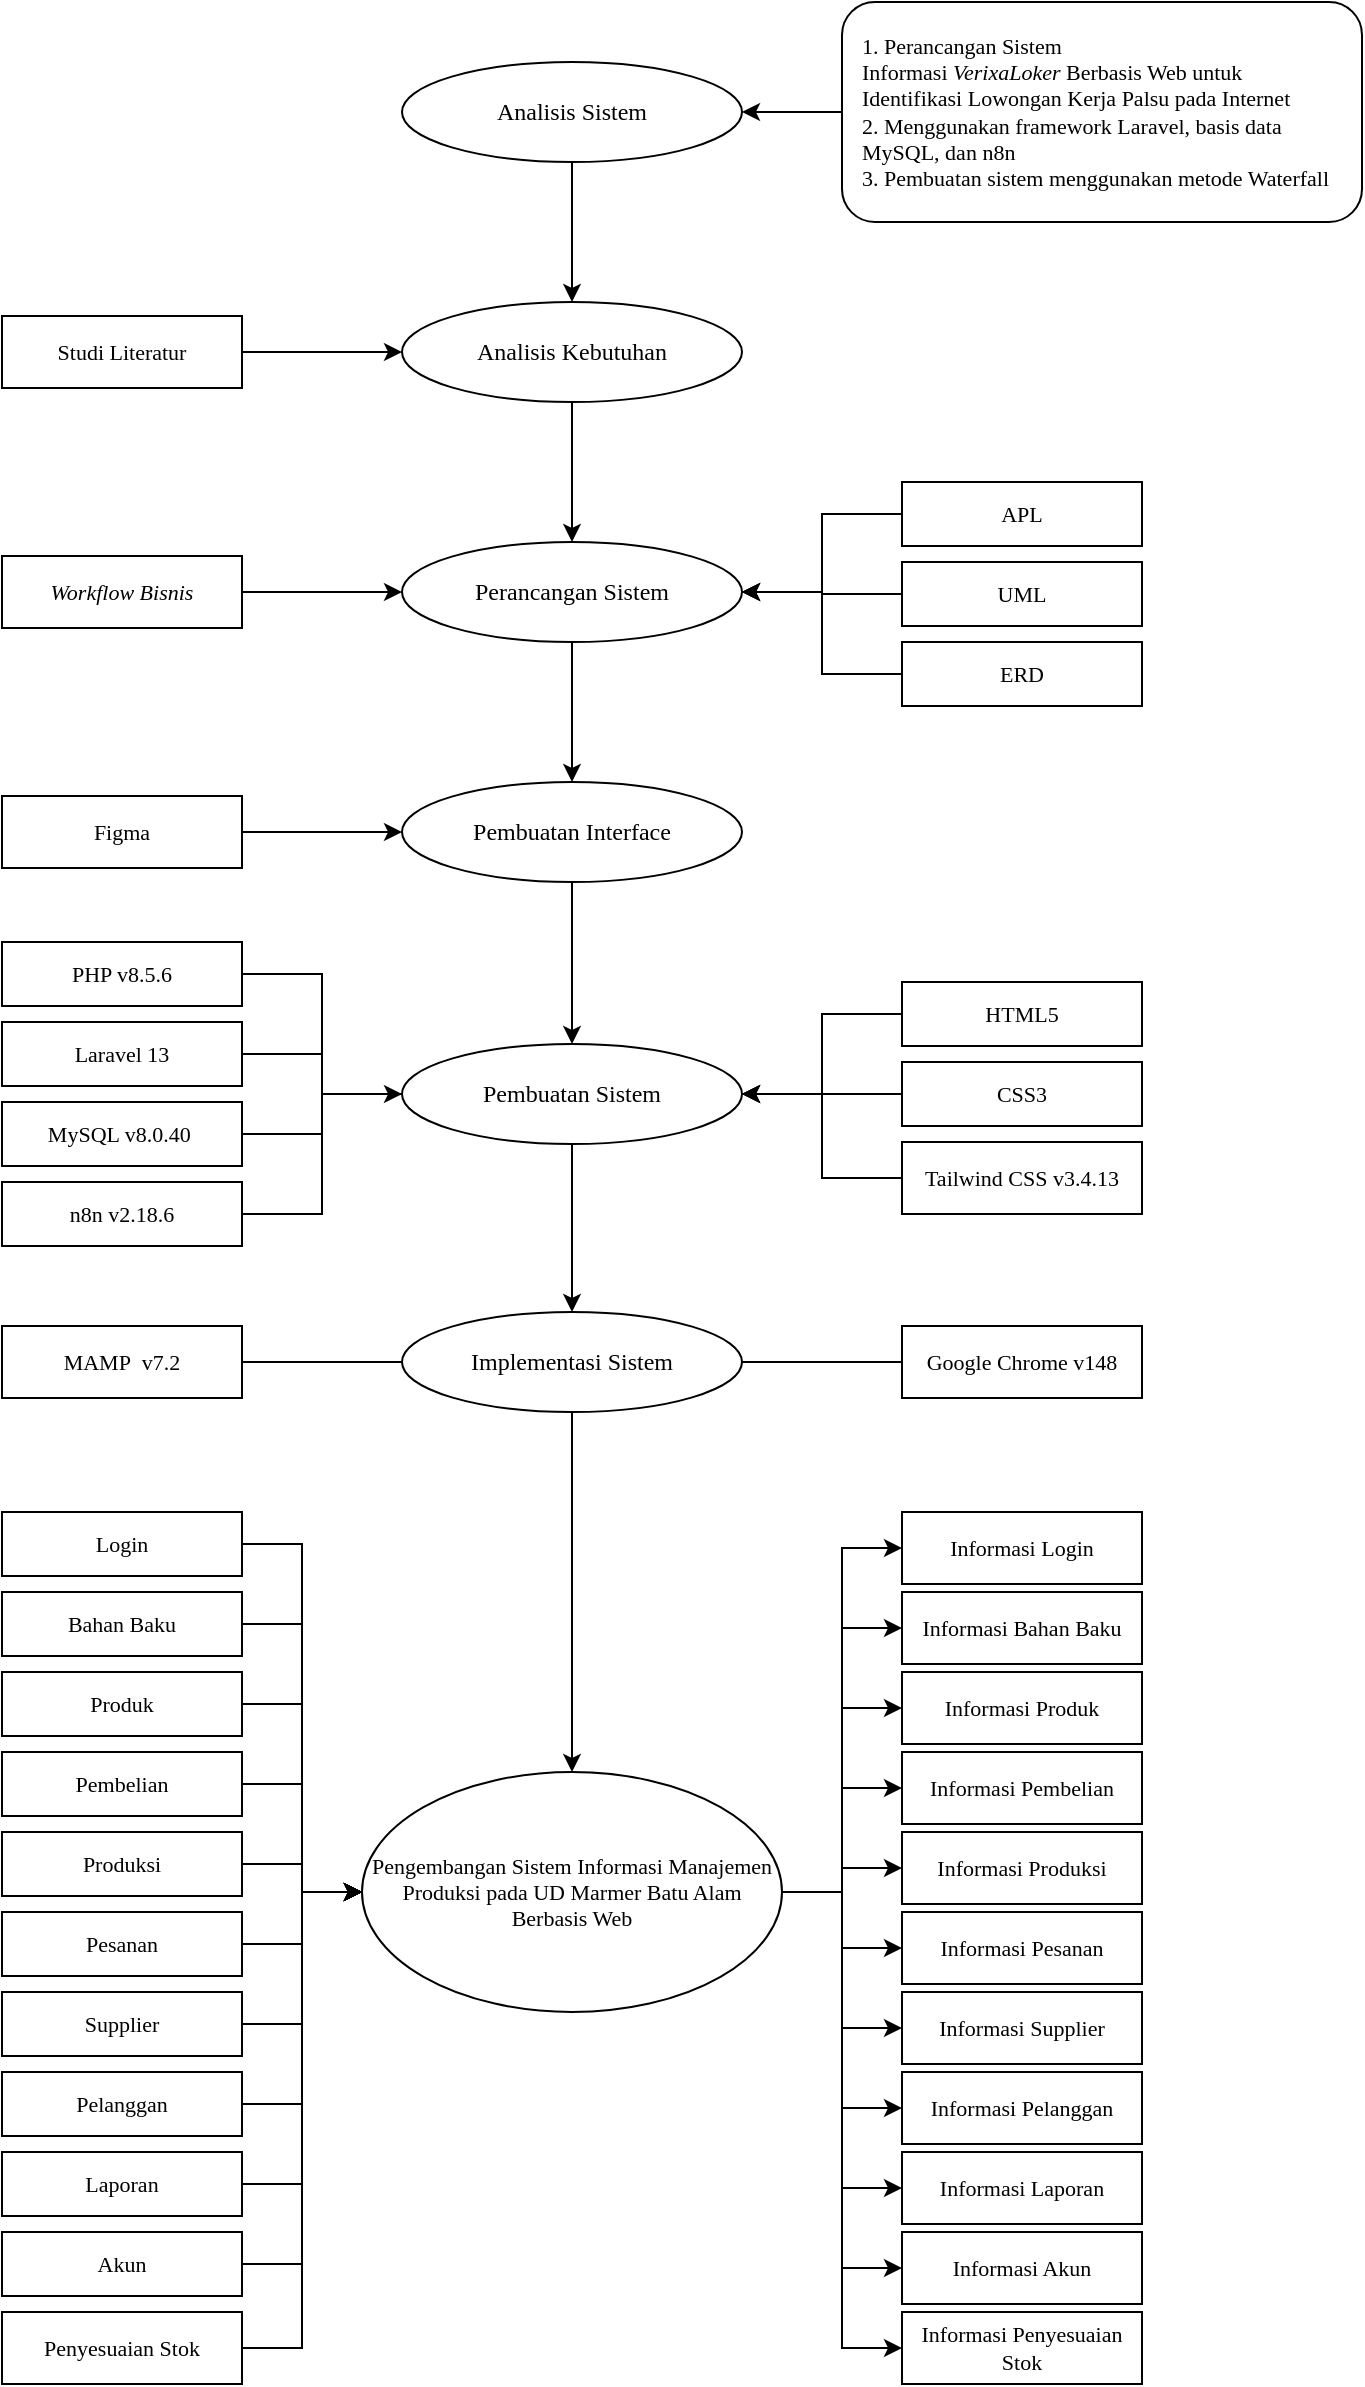
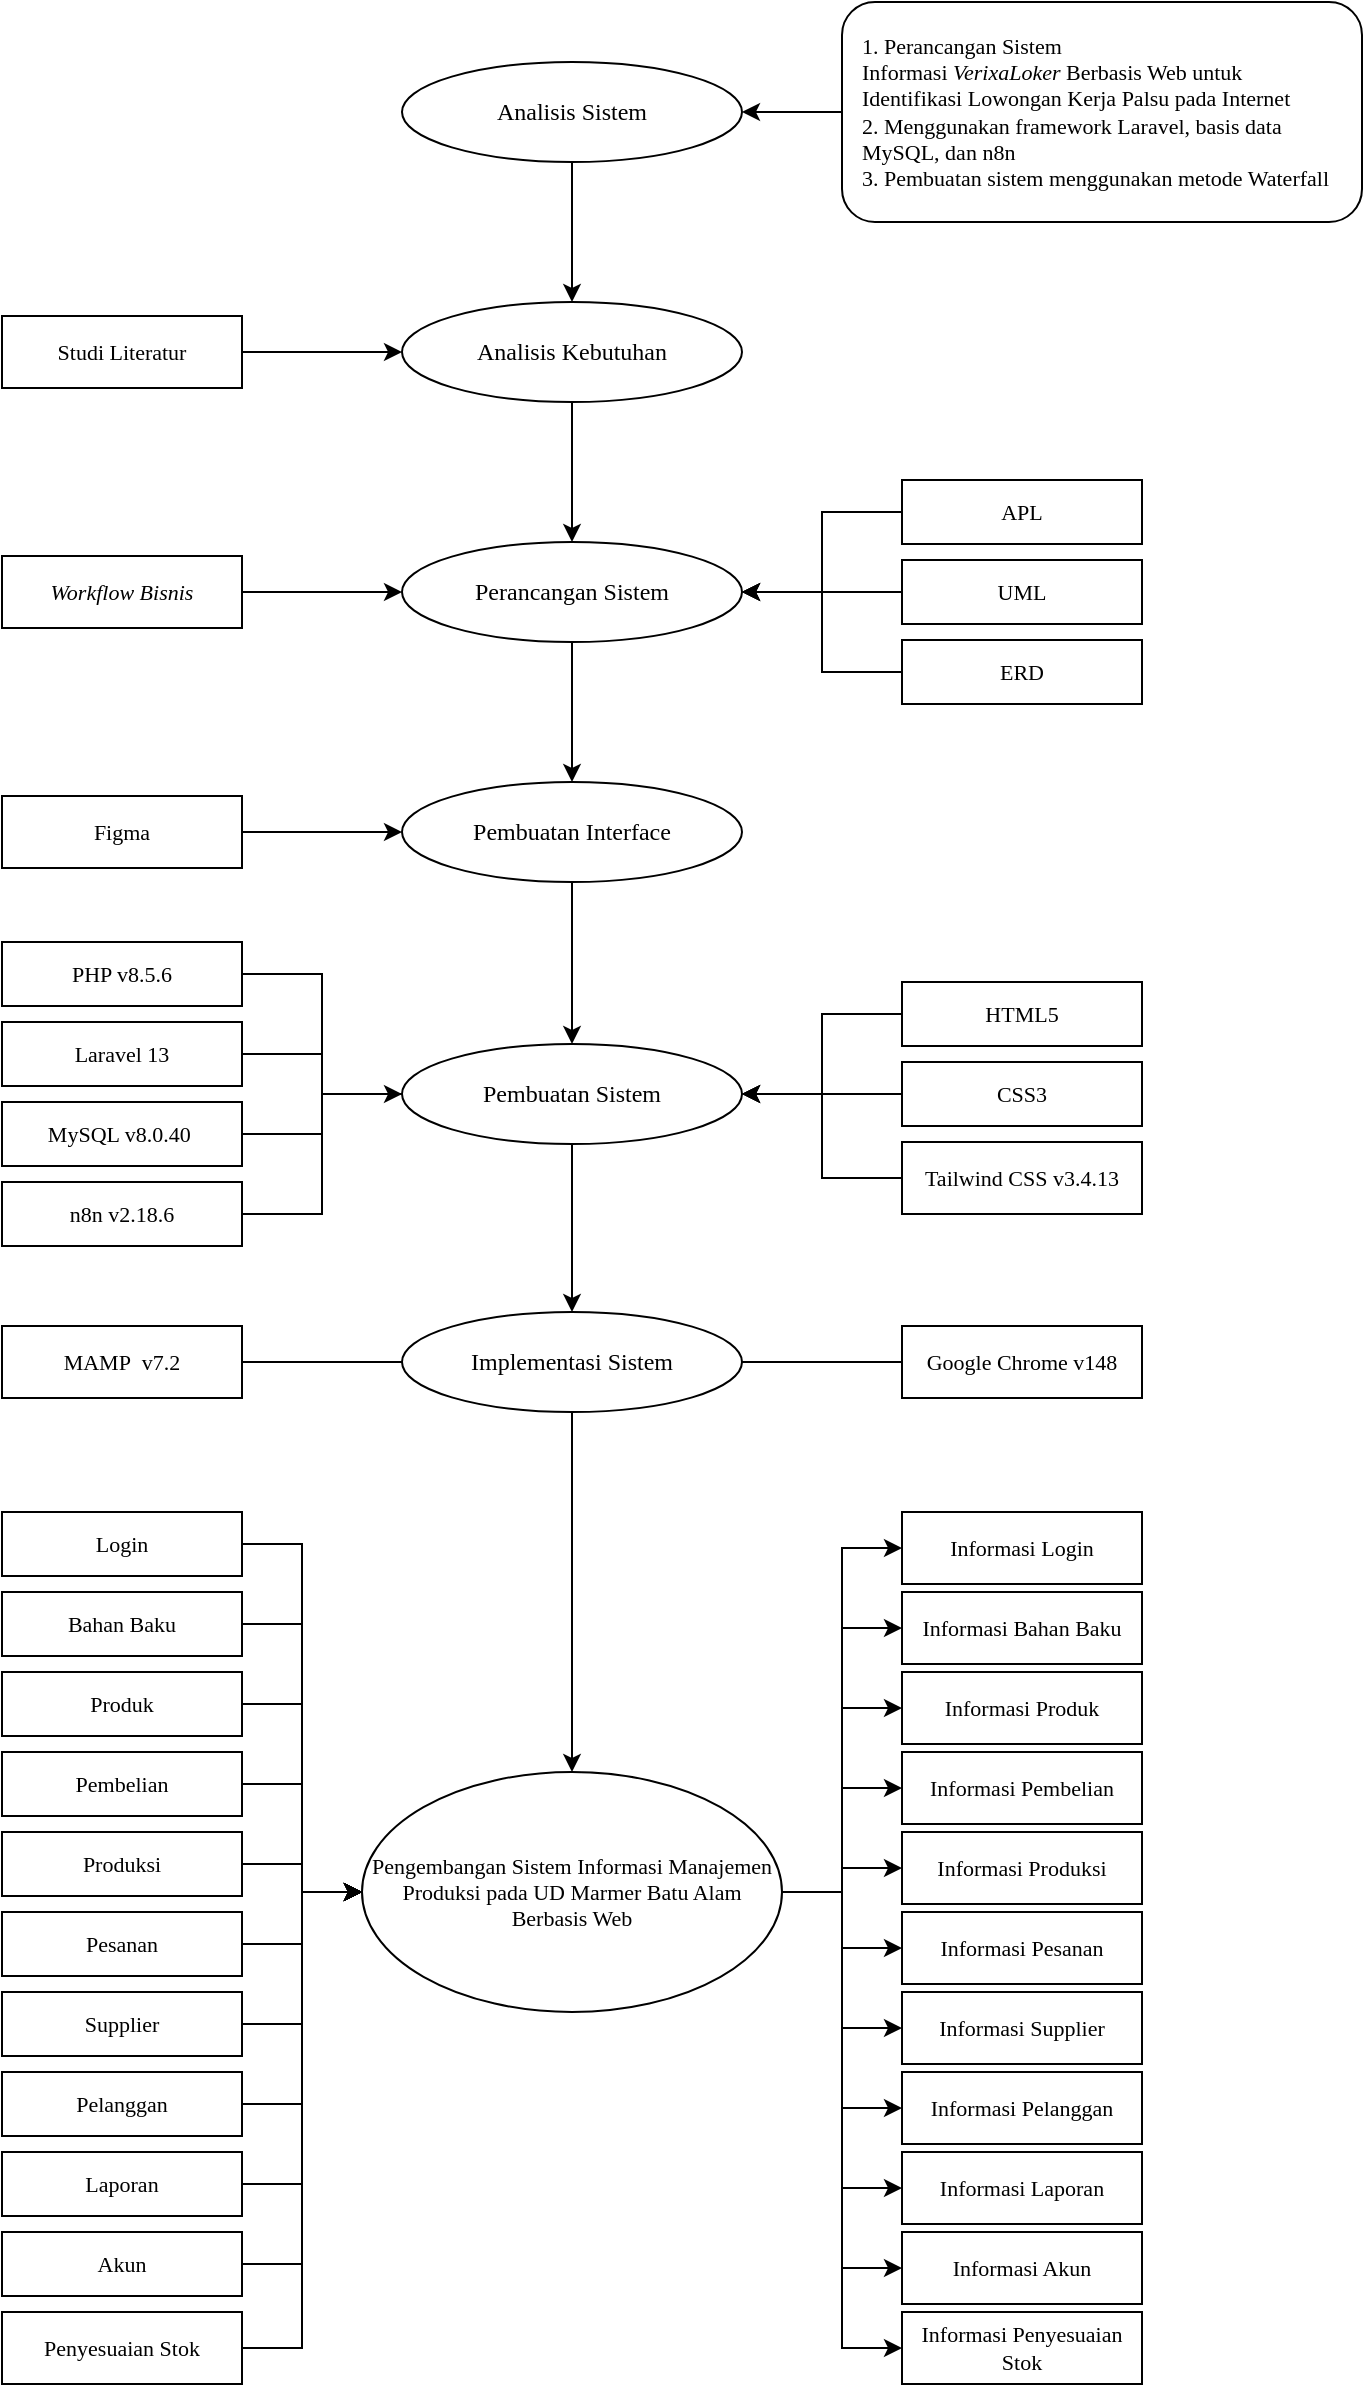
<mxfile host="app.diagrams.net">
  <diagram name="Page-1" id="yfmV3Sks-nrF4BvnnPUG">
    <mxGraphModel dx="876" dy="478" grid="1" gridSize="10" guides="1" tooltips="1" connect="1" arrows="1" fold="1" page="1" pageScale="1" pageWidth="827" pageHeight="1169" math="0" shadow="0">
      <root>
        <mxCell id="0" />
        <mxCell id="1" parent="0" />
        <mxCell id="fTyH0j3n_jQUCsVNDcWE-1" parent="1" style="ellipse;whiteSpace=wrap;html=1;fillColor=#ffffff;strokeColor=#000000;fontFamily=Times New Roman;fontSize=12;" value="Analisis Sistem" vertex="1">
          <mxGeometry height="50" width="170" x="580" y="110" as="geometry" />
        </mxCell>
        <mxCell id="fTyH0j3n_jQUCsVNDcWE-2" parent="1" style="ellipse;whiteSpace=wrap;html=1;fillColor=#ffffff;strokeColor=#000000;fontFamily=Times New Roman;fontSize=12;" value="Analisis Kebutuhan" vertex="1">
          <mxGeometry height="50" width="170" x="580" y="230" as="geometry" />
        </mxCell>
        <mxCell id="fTyH0j3n_jQUCsVNDcWE-3" parent="1" style="ellipse;whiteSpace=wrap;html=1;fillColor=#ffffff;strokeColor=#000000;fontFamily=Times New Roman;fontSize=12;" value="Perancangan Sistem" vertex="1">
          <mxGeometry height="50" width="170" x="580" y="350" as="geometry" />
        </mxCell>
        <mxCell id="fTyH0j3n_jQUCsVNDcWE-4" parent="1" style="ellipse;whiteSpace=wrap;html=1;fillColor=#ffffff;strokeColor=#000000;fontFamily=Times New Roman;fontSize=12;" value="Pembuatan Interface" vertex="1">
          <mxGeometry height="50" width="170" x="580" y="470" as="geometry" />
        </mxCell>
        <mxCell id="fTyH0j3n_jQUCsVNDcWE-5" parent="1" style="ellipse;whiteSpace=wrap;html=1;fillColor=#ffffff;strokeColor=#000000;fontFamily=Times New Roman;fontSize=12;" value="Pembuatan Sistem" vertex="1">
          <mxGeometry height="50" width="170" x="580" y="601" as="geometry" />
        </mxCell>
        <mxCell id="fTyH0j3n_jQUCsVNDcWE-6" parent="1" style="ellipse;whiteSpace=wrap;html=1;fillColor=#ffffff;strokeColor=#000000;fontFamily=Times New Roman;fontSize=12;" value="Implementasi Sistem" vertex="1">
          <mxGeometry height="50" width="170" x="580" y="735" as="geometry" />
        </mxCell>
        <mxCell id="fTyH0j3n_jQUCsVNDcWE-7" parent="1" style="ellipse;whiteSpace=wrap;html=1;fillColor=#ffffff;strokeColor=#000000;fontFamily=Times New Roman;fontSize=11;" value="Pengembangan Sistem Informasi Manajemen Produksi pada UD Marmer Batu Alam Berbasis Web" vertex="1">
          <mxGeometry height="120" width="210" x="560" y="965" as="geometry" />
        </mxCell>
        <mxCell id="fTyH0j3n_jQUCsVNDcWE-8" edge="1" parent="1" source="fTyH0j3n_jQUCsVNDcWE-1" style="endArrow=classic;html=1;rounded=0;exitX=0.5;exitY=1;entryX=0.5;entryY=0;" target="fTyH0j3n_jQUCsVNDcWE-2">
          <mxGeometry relative="1" as="geometry" />
        </mxCell>
        <mxCell id="fTyH0j3n_jQUCsVNDcWE-9" edge="1" parent="1" source="fTyH0j3n_jQUCsVNDcWE-2" style="endArrow=classic;html=1;rounded=0;exitX=0.5;exitY=1;entryX=0.5;entryY=0;" target="fTyH0j3n_jQUCsVNDcWE-3">
          <mxGeometry relative="1" as="geometry" />
        </mxCell>
        <mxCell id="fTyH0j3n_jQUCsVNDcWE-10" edge="1" parent="1" source="fTyH0j3n_jQUCsVNDcWE-3" style="endArrow=classic;html=1;rounded=0;exitX=0.5;exitY=1;entryX=0.5;entryY=0;" target="fTyH0j3n_jQUCsVNDcWE-4">
          <mxGeometry relative="1" as="geometry" />
        </mxCell>
        <mxCell id="fTyH0j3n_jQUCsVNDcWE-11" edge="1" parent="1" source="fTyH0j3n_jQUCsVNDcWE-4" style="endArrow=classic;html=1;rounded=0;exitX=0.5;exitY=1;entryX=0.5;entryY=0;" target="fTyH0j3n_jQUCsVNDcWE-5">
          <mxGeometry relative="1" as="geometry" />
        </mxCell>
        <mxCell id="fTyH0j3n_jQUCsVNDcWE-12" edge="1" parent="1" source="fTyH0j3n_jQUCsVNDcWE-5" style="endArrow=classic;html=1;rounded=0;exitX=0.5;exitY=1;entryX=0.5;entryY=0;" target="fTyH0j3n_jQUCsVNDcWE-6">
          <mxGeometry relative="1" as="geometry" />
        </mxCell>
        <mxCell id="fTyH0j3n_jQUCsVNDcWE-13" edge="1" parent="1" source="fTyH0j3n_jQUCsVNDcWE-6" style="endArrow=classic;html=1;rounded=0;exitX=0.5;exitY=1;entryX=0.5;entryY=0;" target="fTyH0j3n_jQUCsVNDcWE-7">
          <mxGeometry relative="1" as="geometry" />
        </mxCell>
        <mxCell id="fTyH0j3n_jQUCsVNDcWE-14" parent="1" style="rounded=1;whiteSpace=wrap;html=1;fillColor=#ffffff;strokeColor=#000000;fontFamily=Times New Roman;fontSize=11;align=left;verticalAlign=middle;spacingLeft=8;spacingRight=8;" value="1. Perancangan Sistem Informasi&amp;nbsp;&lt;i&gt;VerixaLoker&lt;/i&gt;&amp;nbsp;Berbasis Web&amp;nbsp;untuk Identifikasi Lowongan Kerja Palsu pada Internet&lt;br&gt;2. Menggunakan framework Laravel, basis data MySQL, dan n8n&lt;br&gt;3. Pembuatan sistem menggunakan metode Waterfall" vertex="1">
          <mxGeometry height="110" width="260" x="800" y="80" as="geometry" />
        </mxCell>
        <mxCell id="fTyH0j3n_jQUCsVNDcWE-15" edge="1" parent="1" source="fTyH0j3n_jQUCsVNDcWE-1" style="endArrow=none;html=1;rounded=0;exitX=1;exitY=0.5;entryX=0;entryY=0.5;startArrow=classic;startFill=1;" target="fTyH0j3n_jQUCsVNDcWE-14">
          <mxGeometry relative="1" as="geometry" />
        </mxCell>
        <mxCell id="fTyH0j3n_jQUCsVNDcWE-16" parent="1" style="rounded=0;whiteSpace=wrap;html=1;fillColor=#ffffff;strokeColor=#000000;fontFamily=Times New Roman;fontSize=11;" value="Studi Literatur" vertex="1">
          <mxGeometry height="36" width="120" x="380" y="237" as="geometry" />
        </mxCell>
        <mxCell id="fTyH0j3n_jQUCsVNDcWE-19" edge="1" parent="1" source="fTyH0j3n_jQUCsVNDcWE-16" style="endArrow=classic;html=1;exitX=1;exitY=0.5;entryX=0;entryY=0.5;endFill=1;" target="fTyH0j3n_jQUCsVNDcWE-2">
          <mxGeometry relative="1" as="geometry" />
        </mxCell>
        <mxCell id="fTyH0j3n_jQUCsVNDcWE-22" parent="1" style="rounded=0;whiteSpace=wrap;html=1;fillColor=#ffffff;strokeColor=#000000;fontFamily=Times New Roman;fontSize=11;fontStyle=2" value="Workflow Bisnis" vertex="1">
          <mxGeometry height="36" width="120" x="380" y="357" as="geometry" />
        </mxCell>
        <mxCell id="fTyH0j3n_jQUCsVNDcWE-23" parent="1" style="rounded=0;whiteSpace=wrap;html=1;fillColor=#ffffff;strokeColor=#000000;fontFamily=Times New Roman;fontSize=11;" value="APL" vertex="1">
-           <mxGeometry height="32" width="120" x="830" y="320" as="geometry" />
+           <mxGeometry height="32" width="120" x="830" y="319" as="geometry" />
        </mxCell>
        <mxCell id="fTyH0j3n_jQUCsVNDcWE-24" parent="1" style="rounded=0;whiteSpace=wrap;html=1;fillColor=#ffffff;strokeColor=#000000;fontFamily=Times New Roman;fontSize=11;" value="UML" vertex="1">
-           <mxGeometry height="32" width="120" x="830" y="360" as="geometry" />
+           <mxGeometry height="32" width="120" x="830" y="359" as="geometry" />
        </mxCell>
        <mxCell id="fTyH0j3n_jQUCsVNDcWE-25" parent="1" style="rounded=0;whiteSpace=wrap;html=1;fillColor=#ffffff;strokeColor=#000000;fontFamily=Times New Roman;fontSize=11;" value="ERD" vertex="1">
-           <mxGeometry height="32" width="120" x="830" y="400" as="geometry" />
+           <mxGeometry height="32" width="120" x="830" y="399" as="geometry" />
        </mxCell>
        <mxCell id="fTyH0j3n_jQUCsVNDcWE-26" edge="1" parent="1" source="fTyH0j3n_jQUCsVNDcWE-22" style="endArrow=classic;html=1;exitX=1;exitY=0.5;entryX=0;entryY=0.5;endFill=1;" target="fTyH0j3n_jQUCsVNDcWE-3">
          <mxGeometry relative="1" as="geometry" />
        </mxCell>
        <mxCell id="fTyH0j3n_jQUCsVNDcWE-27" edge="1" parent="1" source="fTyH0j3n_jQUCsVNDcWE-3" style="endArrow=none;html=1;exitX=1;exitY=0.5;entryX=0;entryY=0.5;startArrow=classic;startFill=1;edgeStyle=orthogonalEdgeStyle;rounded=0;curved=0;" target="fTyH0j3n_jQUCsVNDcWE-23">
          <mxGeometry relative="1" as="geometry" />
        </mxCell>
        <mxCell id="fTyH0j3n_jQUCsVNDcWE-28" edge="1" parent="1" source="fTyH0j3n_jQUCsVNDcWE-3" style="endArrow=none;html=1;exitX=1;exitY=0.5;entryX=0;entryY=0.5;startArrow=classic;startFill=1;edgeStyle=orthogonalEdgeStyle;rounded=0;curved=0;" target="fTyH0j3n_jQUCsVNDcWE-24">
          <mxGeometry relative="1" as="geometry" />
        </mxCell>
        <mxCell id="fTyH0j3n_jQUCsVNDcWE-29" edge="1" parent="1" source="fTyH0j3n_jQUCsVNDcWE-3" style="endArrow=none;html=1;exitX=1;exitY=0.5;entryX=0;entryY=0.5;startArrow=classic;startFill=1;edgeStyle=orthogonalEdgeStyle;rounded=0;curved=0;" target="fTyH0j3n_jQUCsVNDcWE-25">
          <mxGeometry relative="1" as="geometry" />
        </mxCell>
        <mxCell id="fTyH0j3n_jQUCsVNDcWE-30" parent="1" style="rounded=0;whiteSpace=wrap;html=1;fillColor=#ffffff;strokeColor=#000000;fontFamily=Times New Roman;fontSize=11;" value="Figma" vertex="1">
          <mxGeometry height="36" width="120" x="380" y="477" as="geometry" />
        </mxCell>
        <mxCell id="fTyH0j3n_jQUCsVNDcWE-31" edge="1" parent="1" source="fTyH0j3n_jQUCsVNDcWE-30" style="endArrow=classic;html=1;exitX=1;exitY=0.5;entryX=0;entryY=0.5;endFill=1;" target="fTyH0j3n_jQUCsVNDcWE-4">
          <mxGeometry relative="1" as="geometry" />
        </mxCell>
        <mxCell id="fTyH0j3n_jQUCsVNDcWE-32" parent="1" style="rounded=0;whiteSpace=wrap;html=1;fillColor=#ffffff;strokeColor=#000000;fontFamily=Times New Roman;fontSize=11;" value="PHP v8.5.6" vertex="1">
          <mxGeometry height="32" width="120" x="380" y="550" as="geometry" />
        </mxCell>
        <mxCell id="fTyH0j3n_jQUCsVNDcWE-33" parent="1" style="rounded=0;whiteSpace=wrap;html=1;fillColor=#ffffff;strokeColor=#000000;fontFamily=Times New Roman;fontSize=11;" value="Laravel 13" vertex="1">
          <mxGeometry height="32" width="120" x="380" y="590" as="geometry" />
        </mxCell>
        <mxCell id="fTyH0j3n_jQUCsVNDcWE-34" parent="1" style="rounded=0;whiteSpace=wrap;html=1;fillColor=#ffffff;strokeColor=#000000;fontFamily=Times New Roman;fontSize=11;" value="MySQL v8.0.40&amp;nbsp;" vertex="1">
          <mxGeometry height="32" width="120" x="380" y="630" as="geometry" />
        </mxCell>
        <mxCell id="fTyH0j3n_jQUCsVNDcWE-35" parent="1" style="rounded=0;whiteSpace=wrap;html=1;fillColor=#ffffff;strokeColor=#000000;fontFamily=Times New Roman;fontSize=11;" value="HTML5" vertex="1">
          <mxGeometry height="32" width="120" x="830" y="570" as="geometry" />
        </mxCell>
        <mxCell id="fTyH0j3n_jQUCsVNDcWE-36" parent="1" style="rounded=0;whiteSpace=wrap;html=1;fillColor=#ffffff;strokeColor=#000000;fontFamily=Times New Roman;fontSize=11;" value="CSS3" vertex="1">
          <mxGeometry height="32" width="120" x="830" y="610" as="geometry" />
        </mxCell>
        <mxCell id="fTyH0j3n_jQUCsVNDcWE-37" parent="1" style="rounded=0;whiteSpace=wrap;html=1;fillColor=#ffffff;strokeColor=#000000;fontFamily=Times New Roman;fontSize=11;" value="Tailwind CSS v3.4.13" vertex="1">
          <mxGeometry height="36" width="120" x="830" y="650" as="geometry" />
        </mxCell>
        <mxCell id="fTyH0j3n_jQUCsVNDcWE-38" edge="1" parent="1" source="fTyH0j3n_jQUCsVNDcWE-32" style="endArrow=none;html=1;exitX=1;exitY=0.5;entryX=0;entryY=0.5;edgeStyle=orthogonalEdgeStyle;rounded=0;curved=0;" target="fTyH0j3n_jQUCsVNDcWE-5">
          <mxGeometry relative="1" as="geometry" />
        </mxCell>
        <mxCell id="fTyH0j3n_jQUCsVNDcWE-39" edge="1" parent="1" source="fTyH0j3n_jQUCsVNDcWE-33" style="endArrow=none;html=1;exitX=1;exitY=0.5;entryX=0;entryY=0.5;edgeStyle=orthogonalEdgeStyle;rounded=0;curved=0;" target="fTyH0j3n_jQUCsVNDcWE-5">
          <mxGeometry relative="1" as="geometry" />
        </mxCell>
        <mxCell id="fTyH0j3n_jQUCsVNDcWE-40" edge="1" parent="1" source="fTyH0j3n_jQUCsVNDcWE-34" style="endArrow=none;html=1;exitX=1;exitY=0.5;entryX=0;entryY=0.5;edgeStyle=orthogonalEdgeStyle;rounded=0;curved=0;" target="fTyH0j3n_jQUCsVNDcWE-5">
          <mxGeometry relative="1" as="geometry" />
        </mxCell>
        <mxCell id="fTyH0j3n_jQUCsVNDcWE-41" edge="1" parent="1" source="fTyH0j3n_jQUCsVNDcWE-5" style="endArrow=none;html=1;exitX=1;exitY=0.5;entryX=0;entryY=0.5;edgeStyle=orthogonalEdgeStyle;rounded=0;curved=0;startArrow=classic;startFill=1;" target="fTyH0j3n_jQUCsVNDcWE-35">
          <mxGeometry relative="1" as="geometry" />
        </mxCell>
        <mxCell id="fTyH0j3n_jQUCsVNDcWE-42" edge="1" parent="1" source="fTyH0j3n_jQUCsVNDcWE-5" style="endArrow=none;html=1;exitX=1;exitY=0.5;entryX=0;entryY=0.5;edgeStyle=orthogonalEdgeStyle;rounded=0;curved=0;startArrow=classic;startFill=1;" target="fTyH0j3n_jQUCsVNDcWE-36">
          <mxGeometry relative="1" as="geometry" />
        </mxCell>
        <mxCell id="fTyH0j3n_jQUCsVNDcWE-43" edge="1" parent="1" source="fTyH0j3n_jQUCsVNDcWE-5" style="endArrow=none;html=1;exitX=1;exitY=0.5;entryX=0;entryY=0.5;edgeStyle=orthogonalEdgeStyle;rounded=0;curved=0;startArrow=classic;startFill=1;" target="fTyH0j3n_jQUCsVNDcWE-37">
          <mxGeometry relative="1" as="geometry" />
        </mxCell>
        <mxCell id="fTyH0j3n_jQUCsVNDcWE-44" parent="1" style="rounded=0;whiteSpace=wrap;html=1;fillColor=#ffffff;strokeColor=#000000;fontFamily=Times New Roman;fontSize=11;" value="MAMP&amp;nbsp; v7.2" vertex="1">
          <mxGeometry height="36" width="120" x="380" y="742" as="geometry" />
        </mxCell>
        <mxCell id="fTyH0j3n_jQUCsVNDcWE-45" parent="1" style="rounded=0;whiteSpace=wrap;html=1;fillColor=#ffffff;strokeColor=#000000;fontFamily=Times New Roman;fontSize=11;" value="Google Chrome v148" vertex="1">
          <mxGeometry height="36" width="120" x="830" y="742" as="geometry" />
        </mxCell>
        <mxCell id="fTyH0j3n_jQUCsVNDcWE-46" edge="1" parent="1" source="fTyH0j3n_jQUCsVNDcWE-44" style="endArrow=none;html=1;exitX=1;exitY=0.5;entryX=0;entryY=0.5;" target="fTyH0j3n_jQUCsVNDcWE-6">
          <mxGeometry relative="1" as="geometry" />
        </mxCell>
        <mxCell id="fTyH0j3n_jQUCsVNDcWE-47" edge="1" parent="1" source="fTyH0j3n_jQUCsVNDcWE-6" style="endArrow=none;html=1;exitX=1;exitY=0.5;entryX=0;entryY=0.5;" target="fTyH0j3n_jQUCsVNDcWE-45">
          <mxGeometry relative="1" as="geometry" />
        </mxCell>
        <mxCell id="fTyH0j3n_jQUCsVNDcWE-48" parent="1" style="rounded=0;whiteSpace=wrap;html=1;fillColor=#ffffff;strokeColor=#000000;fontFamily=Times New Roman;fontSize=11;" value="Login" vertex="1">
          <mxGeometry height="32" width="120" x="380" y="835" as="geometry" />
        </mxCell>
        <mxCell id="fTyH0j3n_jQUCsVNDcWE-49" parent="1" style="rounded=0;whiteSpace=wrap;html=1;fillColor=#ffffff;strokeColor=#000000;fontFamily=Times New Roman;fontSize=11;" value="Bahan Baku" vertex="1">
          <mxGeometry height="32" width="120" x="380" y="875" as="geometry" />
        </mxCell>
        <mxCell id="fTyH0j3n_jQUCsVNDcWE-50" parent="1" style="rounded=0;whiteSpace=wrap;html=1;fillColor=#ffffff;strokeColor=#000000;fontFamily=Times New Roman;fontSize=11;" value="Produk" vertex="1">
          <mxGeometry height="32" width="120" x="380" y="915" as="geometry" />
        </mxCell>
        <mxCell id="fTyH0j3n_jQUCsVNDcWE-51" parent="1" style="rounded=0;whiteSpace=wrap;html=1;fillColor=#ffffff;strokeColor=#000000;fontFamily=Times New Roman;fontSize=11;" value="Pembelian" vertex="1">
          <mxGeometry height="32" width="120" x="380" y="955" as="geometry" />
        </mxCell>
        <mxCell id="fTyH0j3n_jQUCsVNDcWE-52" parent="1" style="rounded=0;whiteSpace=wrap;html=1;fillColor=#ffffff;strokeColor=#000000;fontFamily=Times New Roman;fontSize=11;" value="Produksi" vertex="1">
          <mxGeometry height="32" width="120" x="380" y="995" as="geometry" />
        </mxCell>
        <mxCell id="fTyH0j3n_jQUCsVNDcWE-53" parent="1" style="rounded=0;whiteSpace=wrap;html=1;fillColor=#ffffff;strokeColor=#000000;fontFamily=Times New Roman;fontSize=11;" value="Pesanan" vertex="1">
          <mxGeometry height="32" width="120" x="380" y="1035" as="geometry" />
        </mxCell>
        <mxCell id="fTyH0j3n_jQUCsVNDcWE-54" parent="1" style="rounded=0;whiteSpace=wrap;html=1;fillColor=#ffffff;strokeColor=#000000;fontFamily=Times New Roman;fontSize=11;" value="Supplier" vertex="1">
          <mxGeometry height="32" width="120" x="380" y="1075" as="geometry" />
        </mxCell>
        <mxCell id="fTyH0j3n_jQUCsVNDcWE-55" parent="1" style="rounded=0;whiteSpace=wrap;html=1;fillColor=#ffffff;strokeColor=#000000;fontFamily=Times New Roman;fontSize=11;" value="Pelanggan" vertex="1">
          <mxGeometry height="32" width="120" x="380" y="1115" as="geometry" />
        </mxCell>
        <mxCell id="fTyH0j3n_jQUCsVNDcWE-56" parent="1" style="rounded=0;whiteSpace=wrap;html=1;fillColor=#ffffff;strokeColor=#000000;fontFamily=Times New Roman;fontSize=11;" value="Laporan" vertex="1">
          <mxGeometry height="32" width="120" x="380" y="1155" as="geometry" />
        </mxCell>
        <mxCell id="fTyH0j3n_jQUCsVNDcWE-57" parent="1" style="rounded=0;whiteSpace=wrap;html=1;fillColor=#ffffff;strokeColor=#000000;fontFamily=Times New Roman;fontSize=11;" value="Akun" vertex="1">
          <mxGeometry height="32" width="120" x="380" y="1195" as="geometry" />
        </mxCell>
        <mxCell id="fTyH0j3n_jQUCsVNDcWE-58" parent="1" style="rounded=0;whiteSpace=wrap;html=1;fillColor=#ffffff;strokeColor=#000000;fontFamily=Times New Roman;fontSize=11;" value="Penyesuaian Stok" vertex="1">
          <mxGeometry height="36" width="120" x="380" y="1235" as="geometry" />
        </mxCell>
        <mxCell id="fTyH0j3n_jQUCsVNDcWE-59" edge="1" parent="1" source="fTyH0j3n_jQUCsVNDcWE-48" style="endArrow=classic;html=1;exitX=1;exitY=0.5;entryX=0;entryY=0.5;edgeStyle=orthogonalEdgeStyle;rounded=0;curved=0;endFill=1;" target="fTyH0j3n_jQUCsVNDcWE-7">
          <mxGeometry relative="1" as="geometry" />
        </mxCell>
        <mxCell id="fTyH0j3n_jQUCsVNDcWE-60" edge="1" parent="1" source="fTyH0j3n_jQUCsVNDcWE-49" style="endArrow=classic;html=1;exitX=1;exitY=0.5;entryX=0;entryY=0.5;edgeStyle=orthogonalEdgeStyle;rounded=0;curved=0;endFill=1;" target="fTyH0j3n_jQUCsVNDcWE-7">
          <mxGeometry relative="1" as="geometry" />
        </mxCell>
        <mxCell id="fTyH0j3n_jQUCsVNDcWE-61" edge="1" parent="1" source="fTyH0j3n_jQUCsVNDcWE-50" style="endArrow=classic;html=1;exitX=1;exitY=0.5;entryX=0;entryY=0.5;edgeStyle=orthogonalEdgeStyle;rounded=0;curved=0;endFill=1;" target="fTyH0j3n_jQUCsVNDcWE-7">
          <mxGeometry relative="1" as="geometry" />
        </mxCell>
        <mxCell id="fTyH0j3n_jQUCsVNDcWE-62" edge="1" parent="1" source="fTyH0j3n_jQUCsVNDcWE-51" style="endArrow=none;html=1;exitX=1;exitY=0.5;entryX=0;entryY=0.5;edgeStyle=orthogonalEdgeStyle;rounded=0;curved=0;" target="fTyH0j3n_jQUCsVNDcWE-7">
          <mxGeometry relative="1" as="geometry" />
        </mxCell>
        <mxCell id="fTyH0j3n_jQUCsVNDcWE-63" edge="1" parent="1" source="fTyH0j3n_jQUCsVNDcWE-52" style="endArrow=classic;html=1;exitX=1;exitY=0.5;entryX=0;entryY=0.5;edgeStyle=orthogonalEdgeStyle;rounded=0;curved=0;endFill=1;" target="fTyH0j3n_jQUCsVNDcWE-7">
          <mxGeometry relative="1" as="geometry" />
        </mxCell>
        <mxCell id="fTyH0j3n_jQUCsVNDcWE-64" edge="1" parent="1" source="fTyH0j3n_jQUCsVNDcWE-53" style="endArrow=classic;html=1;exitX=1;exitY=0.5;entryX=0;entryY=0.5;edgeStyle=orthogonalEdgeStyle;rounded=0;curved=0;endFill=1;" target="fTyH0j3n_jQUCsVNDcWE-7">
          <mxGeometry relative="1" as="geometry" />
        </mxCell>
        <mxCell id="fTyH0j3n_jQUCsVNDcWE-65" edge="1" parent="1" source="fTyH0j3n_jQUCsVNDcWE-54" style="endArrow=classic;html=1;exitX=1;exitY=0.5;entryX=0;entryY=0.5;edgeStyle=orthogonalEdgeStyle;rounded=0;curved=0;endFill=1;" target="fTyH0j3n_jQUCsVNDcWE-7">
          <mxGeometry relative="1" as="geometry" />
        </mxCell>
        <mxCell id="fTyH0j3n_jQUCsVNDcWE-66" edge="1" parent="1" source="fTyH0j3n_jQUCsVNDcWE-55" style="endArrow=classic;html=1;exitX=1;exitY=0.5;entryX=0;entryY=0.5;edgeStyle=orthogonalEdgeStyle;rounded=0;curved=0;endFill=1;" target="fTyH0j3n_jQUCsVNDcWE-7">
          <mxGeometry relative="1" as="geometry" />
        </mxCell>
        <mxCell id="fTyH0j3n_jQUCsVNDcWE-67" edge="1" parent="1" source="fTyH0j3n_jQUCsVNDcWE-56" style="endArrow=classic;html=1;exitX=1;exitY=0.5;entryX=0;entryY=0.5;edgeStyle=orthogonalEdgeStyle;rounded=0;curved=0;endFill=1;" target="fTyH0j3n_jQUCsVNDcWE-7">
          <mxGeometry relative="1" as="geometry" />
        </mxCell>
        <mxCell id="fTyH0j3n_jQUCsVNDcWE-68" edge="1" parent="1" source="fTyH0j3n_jQUCsVNDcWE-57" style="endArrow=classic;html=1;exitX=1;exitY=0.5;entryX=0;entryY=0.5;edgeStyle=orthogonalEdgeStyle;rounded=0;curved=0;endFill=1;" target="fTyH0j3n_jQUCsVNDcWE-7">
          <mxGeometry relative="1" as="geometry" />
        </mxCell>
        <mxCell id="fTyH0j3n_jQUCsVNDcWE-69" edge="1" parent="1" source="fTyH0j3n_jQUCsVNDcWE-58" style="endArrow=classic;html=1;exitX=1;exitY=0.5;entryX=0;entryY=0.5;edgeStyle=orthogonalEdgeStyle;rounded=0;curved=0;endFill=1;" target="fTyH0j3n_jQUCsVNDcWE-7">
          <mxGeometry relative="1" as="geometry" />
        </mxCell>
        <mxCell id="fTyH0j3n_jQUCsVNDcWE-70" parent="1" style="rounded=0;whiteSpace=wrap;html=1;fillColor=#ffffff;strokeColor=#000000;fontFamily=Times New Roman;fontSize=11;" value="Informasi Login" vertex="1">
          <mxGeometry height="36" width="120" x="830" y="835" as="geometry" />
        </mxCell>
        <mxCell id="fTyH0j3n_jQUCsVNDcWE-71" parent="1" style="rounded=0;whiteSpace=wrap;html=1;fillColor=#ffffff;strokeColor=#000000;fontFamily=Times New Roman;fontSize=11;" value="Informasi Bahan Baku" vertex="1">
          <mxGeometry height="36" width="120" x="830" y="875" as="geometry" />
        </mxCell>
        <mxCell id="fTyH0j3n_jQUCsVNDcWE-72" parent="1" style="rounded=0;whiteSpace=wrap;html=1;fillColor=#ffffff;strokeColor=#000000;fontFamily=Times New Roman;fontSize=11;" value="Informasi Produk" vertex="1">
          <mxGeometry height="36" width="120" x="830" y="915" as="geometry" />
        </mxCell>
        <mxCell id="fTyH0j3n_jQUCsVNDcWE-73" parent="1" style="rounded=0;whiteSpace=wrap;html=1;fillColor=#ffffff;strokeColor=#000000;fontFamily=Times New Roman;fontSize=11;" value="Informasi Pembelian" vertex="1">
          <mxGeometry height="36" width="120" x="830" y="955" as="geometry" />
        </mxCell>
        <mxCell id="fTyH0j3n_jQUCsVNDcWE-74" parent="1" style="rounded=0;whiteSpace=wrap;html=1;fillColor=#ffffff;strokeColor=#000000;fontFamily=Times New Roman;fontSize=11;" value="Informasi Produksi" vertex="1">
          <mxGeometry height="36" width="120" x="830" y="995" as="geometry" />
        </mxCell>
        <mxCell id="fTyH0j3n_jQUCsVNDcWE-75" parent="1" style="rounded=0;whiteSpace=wrap;html=1;fillColor=#ffffff;strokeColor=#000000;fontFamily=Times New Roman;fontSize=11;" value="Informasi Pesanan" vertex="1">
          <mxGeometry height="36" width="120" x="830" y="1035" as="geometry" />
        </mxCell>
        <mxCell id="fTyH0j3n_jQUCsVNDcWE-76" parent="1" style="rounded=0;whiteSpace=wrap;html=1;fillColor=#ffffff;strokeColor=#000000;fontFamily=Times New Roman;fontSize=11;" value="Informasi Supplier" vertex="1">
          <mxGeometry height="36" width="120" x="830" y="1075" as="geometry" />
        </mxCell>
        <mxCell id="fTyH0j3n_jQUCsVNDcWE-77" parent="1" style="rounded=0;whiteSpace=wrap;html=1;fillColor=#ffffff;strokeColor=#000000;fontFamily=Times New Roman;fontSize=11;" value="Informasi Pelanggan" vertex="1">
          <mxGeometry height="36" width="120" x="830" y="1115" as="geometry" />
        </mxCell>
        <mxCell id="fTyH0j3n_jQUCsVNDcWE-78" parent="1" style="rounded=0;whiteSpace=wrap;html=1;fillColor=#ffffff;strokeColor=#000000;fontFamily=Times New Roman;fontSize=11;" value="Informasi Laporan" vertex="1">
          <mxGeometry height="36" width="120" x="830" y="1155" as="geometry" />
        </mxCell>
        <mxCell id="fTyH0j3n_jQUCsVNDcWE-79" parent="1" style="rounded=0;whiteSpace=wrap;html=1;fillColor=#ffffff;strokeColor=#000000;fontFamily=Times New Roman;fontSize=11;" value="Informasi Akun" vertex="1">
          <mxGeometry height="36" width="120" x="830" y="1195" as="geometry" />
        </mxCell>
        <mxCell id="fTyH0j3n_jQUCsVNDcWE-80" parent="1" style="rounded=0;whiteSpace=wrap;html=1;fillColor=#ffffff;strokeColor=#000000;fontFamily=Times New Roman;fontSize=11;" value="Informasi Penyesuaian Stok" vertex="1">
          <mxGeometry height="36" width="120" x="830" y="1235" as="geometry" />
        </mxCell>
        <mxCell id="fTyH0j3n_jQUCsVNDcWE-81" edge="1" parent="1" source="fTyH0j3n_jQUCsVNDcWE-7" style="endArrow=classic;html=1;exitX=1;exitY=0.5;entryX=0;entryY=0.5;rounded=0;edgeStyle=orthogonalEdgeStyle;endFill=1;" target="fTyH0j3n_jQUCsVNDcWE-70">
          <mxGeometry relative="1" as="geometry" />
        </mxCell>
        <mxCell id="fTyH0j3n_jQUCsVNDcWE-82" edge="1" parent="1" source="fTyH0j3n_jQUCsVNDcWE-7" style="endArrow=classic;html=1;exitX=1;exitY=0.5;entryX=0;entryY=0.5;rounded=0;edgeStyle=orthogonalEdgeStyle;endFill=1;" target="fTyH0j3n_jQUCsVNDcWE-71">
          <mxGeometry relative="1" as="geometry" />
        </mxCell>
        <mxCell id="fTyH0j3n_jQUCsVNDcWE-83" edge="1" parent="1" source="fTyH0j3n_jQUCsVNDcWE-7" style="endArrow=classic;html=1;exitX=1;exitY=0.5;entryX=0;entryY=0.5;rounded=0;edgeStyle=orthogonalEdgeStyle;endFill=1;" target="fTyH0j3n_jQUCsVNDcWE-72">
          <mxGeometry relative="1" as="geometry" />
        </mxCell>
        <mxCell id="fTyH0j3n_jQUCsVNDcWE-84" edge="1" parent="1" source="fTyH0j3n_jQUCsVNDcWE-7" style="endArrow=classic;html=1;exitX=1;exitY=0.5;entryX=0;entryY=0.5;rounded=0;edgeStyle=orthogonalEdgeStyle;endFill=1;" target="fTyH0j3n_jQUCsVNDcWE-73">
          <mxGeometry relative="1" as="geometry" />
        </mxCell>
        <mxCell id="fTyH0j3n_jQUCsVNDcWE-85" edge="1" parent="1" source="fTyH0j3n_jQUCsVNDcWE-7" style="endArrow=classic;html=1;exitX=1;exitY=0.5;entryX=0;entryY=0.5;rounded=0;edgeStyle=orthogonalEdgeStyle;endFill=1;" target="fTyH0j3n_jQUCsVNDcWE-74">
          <mxGeometry relative="1" as="geometry" />
        </mxCell>
        <mxCell id="fTyH0j3n_jQUCsVNDcWE-86" edge="1" parent="1" source="fTyH0j3n_jQUCsVNDcWE-7" style="endArrow=classic;html=1;exitX=1;exitY=0.5;entryX=0;entryY=0.5;rounded=0;edgeStyle=orthogonalEdgeStyle;endFill=1;" target="fTyH0j3n_jQUCsVNDcWE-75">
          <mxGeometry relative="1" as="geometry" />
        </mxCell>
        <mxCell id="fTyH0j3n_jQUCsVNDcWE-87" edge="1" parent="1" source="fTyH0j3n_jQUCsVNDcWE-7" style="endArrow=classic;html=1;exitX=1;exitY=0.5;entryX=0;entryY=0.5;rounded=0;edgeStyle=orthogonalEdgeStyle;endFill=1;" target="fTyH0j3n_jQUCsVNDcWE-76">
          <mxGeometry relative="1" as="geometry" />
        </mxCell>
        <mxCell id="fTyH0j3n_jQUCsVNDcWE-88" edge="1" parent="1" source="fTyH0j3n_jQUCsVNDcWE-7" style="endArrow=classic;html=1;exitX=1;exitY=0.5;entryX=0;entryY=0.5;rounded=0;edgeStyle=orthogonalEdgeStyle;endFill=1;" target="fTyH0j3n_jQUCsVNDcWE-77">
          <mxGeometry relative="1" as="geometry" />
        </mxCell>
        <mxCell id="fTyH0j3n_jQUCsVNDcWE-89" edge="1" parent="1" source="fTyH0j3n_jQUCsVNDcWE-7" style="endArrow=classic;html=1;exitX=1;exitY=0.5;entryX=0;entryY=0.5;rounded=0;edgeStyle=orthogonalEdgeStyle;endFill=1;" target="fTyH0j3n_jQUCsVNDcWE-78">
          <mxGeometry relative="1" as="geometry" />
        </mxCell>
        <mxCell id="fTyH0j3n_jQUCsVNDcWE-90" edge="1" parent="1" source="fTyH0j3n_jQUCsVNDcWE-7" style="endArrow=classic;html=1;exitX=1;exitY=0.5;entryX=0;entryY=0.5;rounded=0;edgeStyle=orthogonalEdgeStyle;endFill=1;" target="fTyH0j3n_jQUCsVNDcWE-79">
          <mxGeometry relative="1" as="geometry" />
        </mxCell>
        <mxCell id="fTyH0j3n_jQUCsVNDcWE-91" edge="1" parent="1" source="fTyH0j3n_jQUCsVNDcWE-7" style="endArrow=classic;html=1;exitX=1;exitY=0.5;entryX=0;entryY=0.5;rounded=0;edgeStyle=orthogonalEdgeStyle;endFill=1;" target="fTyH0j3n_jQUCsVNDcWE-80">
          <mxGeometry relative="1" as="geometry" />
        </mxCell>
        <mxCell id="N9CpWy_333Ilmsceh_oc-2" edge="1" parent="1" source="N9CpWy_333Ilmsceh_oc-1" style="edgeStyle=orthogonalEdgeStyle;rounded=0;orthogonalLoop=1;jettySize=auto;html=1;exitX=1;exitY=0.5;exitDx=0;exitDy=0;entryX=0;entryY=0.5;entryDx=0;entryDy=0;" target="fTyH0j3n_jQUCsVNDcWE-5">
          <mxGeometry relative="1" as="geometry" />
        </mxCell>
        <mxCell id="N9CpWy_333Ilmsceh_oc-1" parent="1" style="rounded=0;whiteSpace=wrap;html=1;fillColor=#ffffff;strokeColor=#000000;fontFamily=Times New Roman;fontSize=11;" value="n8n v2.18.6" vertex="1">
          <mxGeometry height="32" width="120" x="380" y="670" as="geometry" />
        </mxCell>
      </root>
    </mxGraphModel>
  </diagram>
</mxfile>
